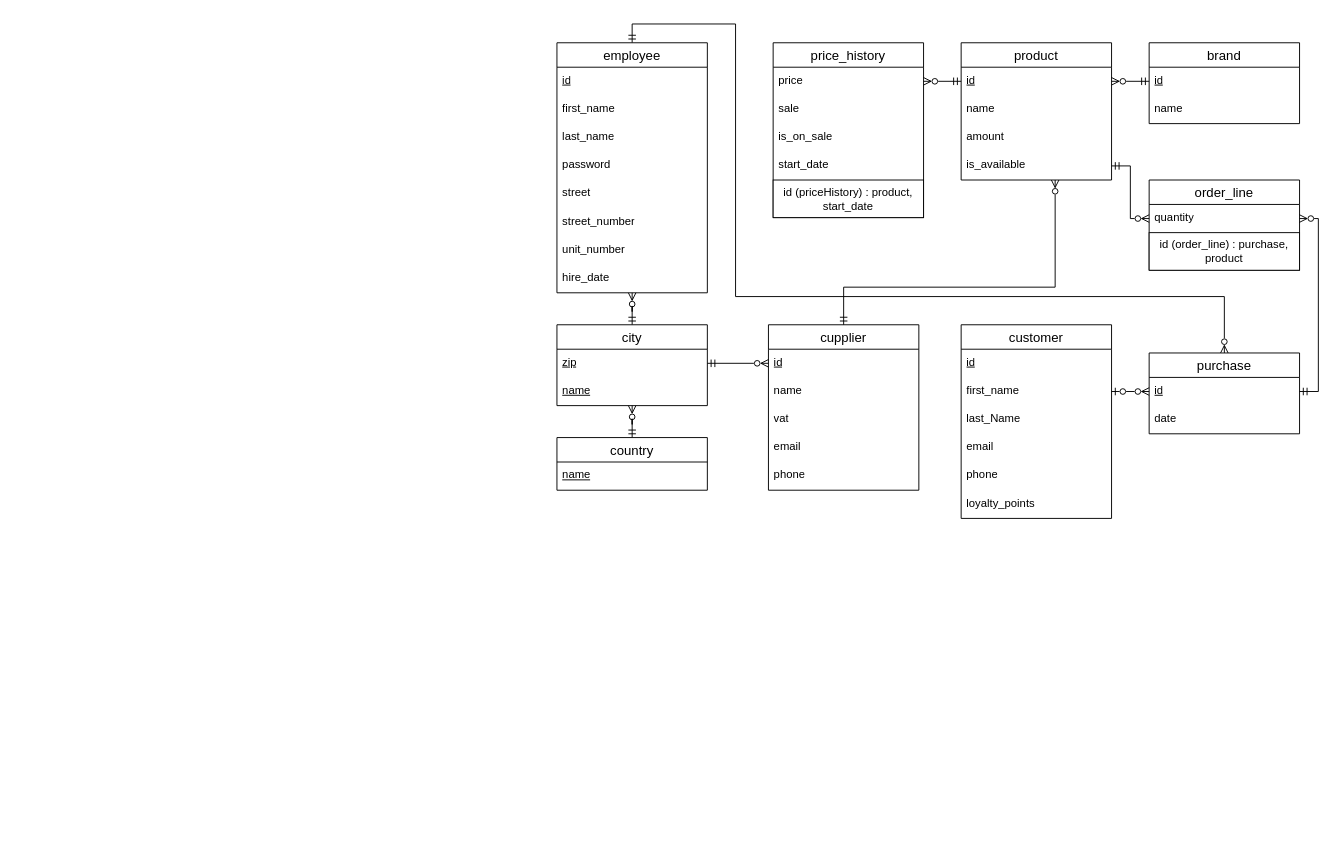
maxoux53/petit-bazar keeps this draw.io diagram as docs/DB/DB.drawio. Above is the earlier version. Source tidied: cells renumbered, new cells numbered last; positions are measured from the earlier drawing's top-left corner, leaving out a move shared by most shapes. Both pictures are drawn from the tidied source at 94%, with x=0, y=0 at pixel (556, 24).
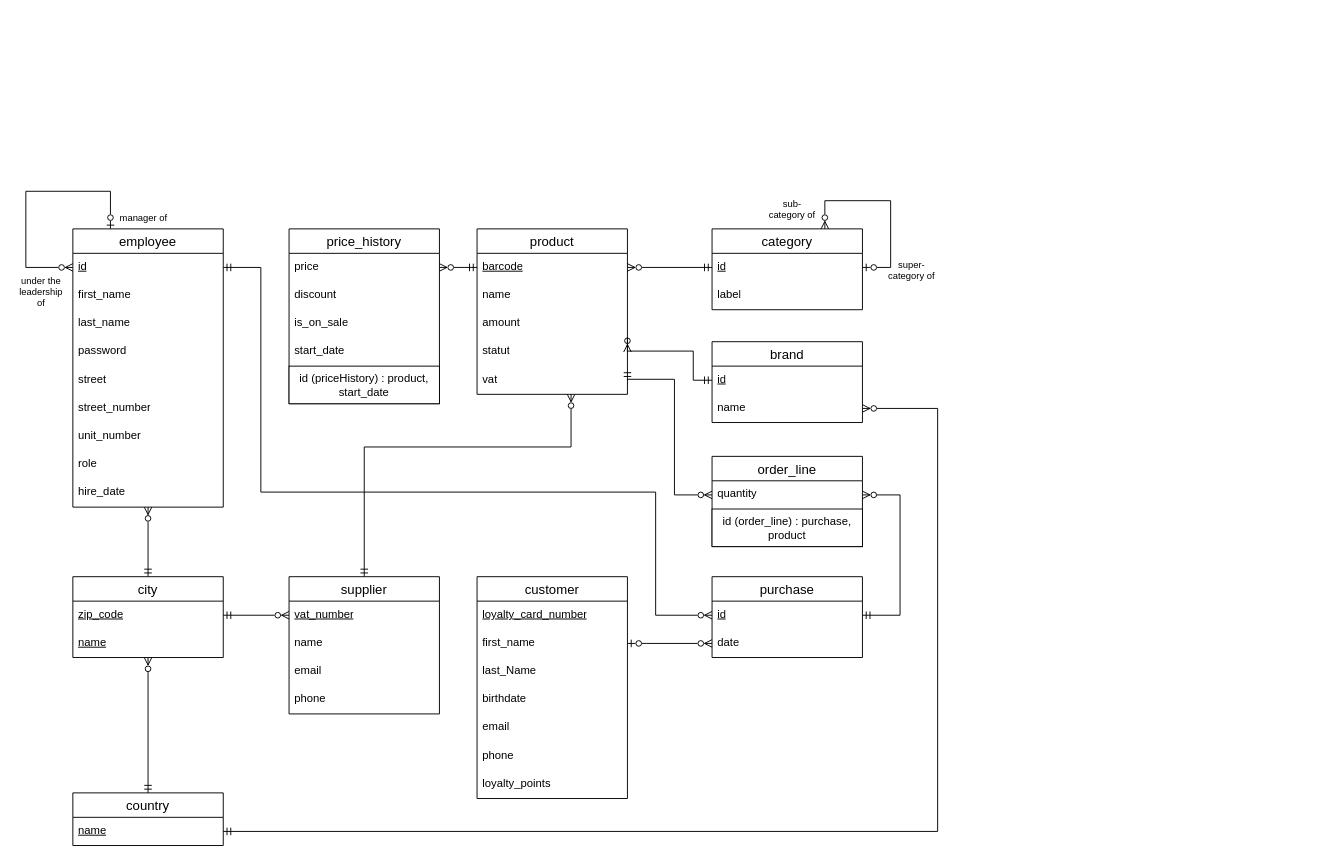
Above is the later version.

Commit message:
proofreading (typos, translations, etc)

The change refers to these unchanged cells:
```xml
<mxCell id="4" value="&lt;u&gt;id&lt;/u&gt;" style="text;strokeColor=none;fillColor=none;spacingLeft=4;spacingRight=4;overflow=hidden;points=[[0,0.5],[1,0.5]];portConstraint=eastwest;fontSize=12;whiteSpace=wrap;html=1;" parent="3" vertex="1">
  <mxGeometry y="26" width="160" height="30" as="geometry" />
</mxCell>
<mxCell id="18" value="&lt;u&gt;id&lt;/u&gt;" style="text;strokeColor=none;fillColor=none;spacingLeft=4;spacingRight=4;overflow=hidden;points=[[0,0.5],[1,0.5]];portConstraint=eastwest;fontSize=12;whiteSpace=wrap;html=1;" parent="17" vertex="1">
  <mxGeometry y="26" width="160" height="30" as="geometry" />
</mxCell>
<mxCell id="19" value="name" style="text;strokeColor=none;fillColor=none;spacingLeft=4;spacingRight=4;overflow=hidden;points=[[0,0.5],[1,0.5]];portConstraint=eastwest;fontSize=12;whiteSpace=wrap;html=1;" parent="17" vertex="1">
  <mxGeometry y="56" width="160" height="30" as="geometry" />
</mxCell>
<mxCell id="32" value="&lt;u&gt;name&lt;/u&gt;" style="text;strokeColor=none;fillColor=none;spacingLeft=4;spacingRight=4;overflow=hidden;points=[[0,0.5],[1,0.5]];portConstraint=eastwest;fontSize=12;whiteSpace=wrap;html=1;" parent="31" vertex="1">
  <mxGeometry y="26" width="160" height="30" as="geometry" />
</mxCell>
<mxCell id="41" value="first_name" style="text;strokeColor=none;fillColor=none;spacingLeft=4;spacingRight=4;overflow=hidden;points=[[0,0.5],[1,0.5]];portConstraint=eastwest;fontSize=12;whiteSpace=wrap;html=1;" parent="39" vertex="1">
  <mxGeometry y="56" width="160" height="30" as="geometry" />
</mxCell>
<mxCell id="47" value="&lt;u&gt;id&lt;/u&gt;" style="text;strokeColor=none;fillColor=none;spacingLeft=4;spacingRight=4;overflow=hidden;points=[[0,0.5],[1,0.5]];portConstraint=eastwest;fontSize=12;whiteSpace=wrap;html=1;" parent="46" vertex="1">
  <mxGeometry y="26" width="160" height="30" as="geometry" />
</mxCell>
<mxCell id="48" value="date" style="text;strokeColor=none;fillColor=none;spacingLeft=4;spacingRight=4;overflow=hidden;points=[[0,0.5],[1,0.5]];portConstraint=eastwest;fontSize=12;whiteSpace=wrap;html=1;" parent="46" vertex="1">
  <mxGeometry y="56" width="160" height="30" as="geometry" />
</mxCell>
<mxCell id="50" value="quantity" style="text;strokeColor=none;fillColor=none;spacingLeft=4;spacingRight=4;overflow=hidden;points=[[0,0.5],[1,0.5]];portConstraint=eastwest;fontSize=12;whiteSpace=wrap;html=1;" parent="49" vertex="1">
  <mxGeometry y="26" width="160" height="30" as="geometry" />
</mxCell>
```

What changed in the source:
```diff
@@
-    <mxCell id="2" style="edgeStyle=orthogonalEdgeStyle;rounded=0;jettySize=auto;html=1;exitX=0.5;exitY=0;exitDx=0;exitDy=0;entryX=0.5;entryY=0;entryDx=0;entryDy=0;startArrow=ERmandOne;startFill=0;endArrow=ERzeroToMany;endFill=0;" parent="1" edge="1" source="3" target="46">
+    <mxCell id="2" style="edgeStyle=orthogonalEdgeStyle;rounded=0;jettySize=auto;html=1;exitX=1;exitY=0.5;exitDx=0;exitDy=0;entryX=0;entryY=0.5;entryDx=0;entryDy=0;startArrow=ERmandOne;startFill=0;endArrow=ERzeroToMany;endFill=0;" parent="1" edge="1" source="4" target="47">
       <mxGeometry relative="1" as="geometry">
         <Array as="points">
-          <mxPoint x="80" />
-          <mxPoint x="190" />
-          <mxPoint x="190" y="290" />
-          <mxPoint x="710" y="290" />
+          <mxPoint x="-315" y="259" />
+          <mxPoint x="-315" y="498" />
+          <mxPoint x="105" y="498" />
+          <mxPoint x="105" y="629" />
         </Array>
       </mxGeometry>
     </mxCell>
     <mxCell id="3" value="employee" style="swimlane;fontStyle=0;horizontal=1;startSize=26;align=center;fontSize=14;" parent="1" vertex="1">
-      <mxGeometry y="20" width="160" height="266" as="geometry" />
+      <mxGeometry x="-515" y="218" width="160" height="296" as="geometry" />
     </mxCell>
+    <mxCell id="59" style="edgeStyle=orthogonalEdgeStyle;rounded=0;jettySize=auto;html=1;exitX=0;exitY=0.5;exitDx=0;exitDy=0;entryX=0.25;entryY=0;entryDx=0;entryDy=0;endArrow=ERzeroToOne;endFill=0;startArrow=ERzeroToMany;startFill=0;" parent="3" edge="1" source="4" target="3">
+      <mxGeometry relative="1" as="geometry">
+        <Array as="points">
+          <mxPoint x="-50" y="41" />
+          <mxPoint x="-50" y="-40" />
+          <mxPoint x="40" y="-40" />
+        </Array>
+      </mxGeometry>
+    </mxCell>
@@
+    <mxCell id="60" value="role" style="text;strokeColor=none;fillColor=none;spacingLeft=4;spacingRight=4;overflow=hidden;fontSize=12;whiteSpace=wrap;html=1;" parent="3" vertex="1">
+      <mxGeometry y="236" width="160" height="30" as="geometry" />
+    </mxCell>
     <mxCell id="11" value="hire_date" style="text;strokeColor=none;fillColor=none;spacingLeft=4;spacingRight=4;overflow=hidden;fontSize=12;whiteSpace=wrap;html=1;" parent="3" vertex="1">
-      <mxGeometry y="236" width="160" height="30" as="geometry" />
+      <mxGeometry y="266" width="160" height="30" as="geometry" />
     </mxCell>
     <mxCell id="12" value="product" style="swimlane;fontStyle=0;horizontal=1;startSize=26;align=center;fontSize=14;" parent="1" vertex="1">
-      <mxGeometry x="430" y="20" width="160" height="146" as="geometry" />
+      <mxGeometry x="-85" y="218" width="160" height="176" as="geometry" />
     </mxCell>
-    <mxCell id="13" value="&lt;u&gt;id&lt;/u&gt;" style="text;strokeColor=none;fillColor=none;spacingLeft=4;spacingRight=4;overflow=hidden;points=[[0,0.5],[1,0.5]];portConstraint=eastwest;fontSize=12;whiteSpace=wrap;html=1;" parent="12" vertex="1">
+    <mxCell id="13" value="&lt;u&gt;barcode&lt;/u&gt;" style="text;strokeColor=none;fillColor=none;spacingLeft=4;spacingRight=4;overflow=hidden;points=[[0,0.5],[1,0.5]];portConstraint=eastwest;fontSize=12;whiteSpace=wrap;html=1;" parent="12" vertex="1">
       <mxGeometry y="26" width="160" height="30" as="geometry" />
     </mxCell>
@@
-    <mxCell id="16" value="is_available" style="text;strokeColor=none;fillColor=none;spacingLeft=4;spacingRight=4;overflow=hidden;points=[[0,0.5],[1,0.5]];portConstraint=eastwest;fontSize=12;whiteSpace=wrap;html=1;" parent="12" vertex="1">
+    <mxCell id="16" value="statut" style="text;strokeColor=none;fillColor=none;spacingLeft=4;spacingRight=4;overflow=hidden;points=[[0,0.5],[1,0.5]];portConstraint=eastwest;fontSize=12;whiteSpace=wrap;html=1;" parent="12" vertex="1">
       <mxGeometry y="116" width="160" height="30" as="geometry" />
     </mxCell>
+    <mxCell id="23" value="vat" style="text;strokeColor=none;fillColor=none;spacingLeft=4;spacingRight=4;overflow=hidden;points=[[0,0.5],[1,0.5]];portConstraint=eastwest;fontSize=12;whiteSpace=wrap;html=1;" parent="12" vertex="1">
+      <mxGeometry y="146" width="160" height="30" as="geometry" />
+    </mxCell>
     <mxCell id="17" value="brand" style="swimlane;fontStyle=0;horizontal=1;startSize=26;align=center;fontSize=14;" parent="1" vertex="1">
-      <mxGeometry x="630" y="20" width="160" height="86" as="geometry" />
+      <mxGeometry x="165" y="338" width="160" height="86" as="geometry" />
     </mxCell>
@@
-    <mxCell id="20" value="cupplier" style="swimlane;fontStyle=0;horizontal=1;startSize=26;align=center;fontSize=14;" parent="1" vertex="1">
-      <mxGeometry x="225" y="320" width="160" height="176" as="geometry" />
+    <mxCell id="20" value="supplier" style="swimlane;fontStyle=0;horizontal=1;startSize=26;align=center;fontSize=14;" parent="1" vertex="1">
+      <mxGeometry x="-285" y="588" width="160" height="146" as="geometry" />
     </mxCell>
-    <mxCell id="21" value="&lt;u&gt;id&lt;/u&gt;" style="text;strokeColor=none;fillColor=none;spacingLeft=4;spacingRight=4;overflow=hidden;points=[[0,0.5],[1,0.5]];portConstraint=eastwest;fontSize=12;whiteSpace=wrap;html=1;" parent="20" vertex="1">
+    <mxCell id="21" value="&lt;u&gt;vat_number&lt;/u&gt;" style="text;strokeColor=none;fillColor=none;spacingLeft=4;spacingRight=4;overflow=hidden;points=[[0,0.5],[1,0.5]];portConstraint=eastwest;fontSize=12;whiteSpace=wrap;html=1;" parent="20" vertex="1">
       <mxGeometry y="26" width="160" height="30" as="geometry" />
     </mxCell>
@@
-    <mxCell id="23" value="vat" style="text;strokeColor=none;fillColor=none;spacingLeft=4;spacingRight=4;overflow=hidden;points=[[0,0.5],[1,0.5]];portConstraint=eastwest;fontSize=12;whiteSpace=wrap;html=1;" parent="20" vertex="1">
-      <mxGeometry y="86" width="160" height="30" as="geometry" />
-    </mxCell>
     <mxCell id="24" value="email" style="text;strokeColor=none;fillColor=none;spacingLeft=4;spacingRight=4;overflow=hidden;fontSize=12;whiteSpace=wrap;html=1;" parent="20" vertex="1">
-      <mxGeometry y="116" width="160" height="30" as="geometry" />
+      <mxGeometry y="86" width="160" height="30" as="geometry" />
     </mxCell>
     <mxCell id="25" value="phone" style="text;strokeColor=none;fillColor=none;spacingLeft=4;spacingRight=4;overflow=hidden;fontSize=12;whiteSpace=wrap;html=1;" parent="20" vertex="1">
-      <mxGeometry y="146" width="160" height="30" as="geometry" />
+      <mxGeometry y="116" width="160" height="30" as="geometry" />
     </mxCell>
@@
     <mxCell id="27" value="city" style="swimlane;fontStyle=0;horizontal=1;startSize=26;align=center;fontSize=14;" parent="1" vertex="1">
-      <mxGeometry y="320" width="160" height="86" as="geometry" />
+      <mxGeometry x="-515" y="588" width="160" height="86" as="geometry" />
     </mxCell>
-    <mxCell id="28" value="&lt;u&gt;zip&lt;/u&gt;" style="text;strokeColor=none;fillColor=none;spacingLeft=4;spacingRight=4;overflow=hidden;points=[[0,0.5],[1,0.5]];portConstraint=eastwest;fontSize=12;whiteSpace=wrap;html=1;" parent="27" vertex="1">
+    <mxCell id="28" value="&lt;u&gt;zip_code&lt;/u&gt;" style="text;strokeColor=none;fillColor=none;spacingLeft=4;spacingRight=4;overflow=hidden;points=[[0,0.5],[1,0.5]];portConstraint=eastwest;fontSize=12;whiteSpace=wrap;html=1;" parent="27" vertex="1">
       <mxGeometry y="26" width="160" height="30" as="geometry" />
     </mxCell>
@@
     <mxCell id="31" value="country" style="swimlane;fontStyle=0;horizontal=1;startSize=26;align=center;fontSize=14;" parent="1" vertex="1">
-      <mxGeometry y="440" width="160" height="56" as="geometry" />
+      <mxGeometry x="-515" y="818" width="160" height="56" as="geometry" />
     </mxCell>
@@
     <mxCell id="33" value="price_history" style="swimlane;fontStyle=0;horizontal=1;startSize=26;align=center;fontSize=14;" parent="1" vertex="1">
-      <mxGeometry x="230" y="20" width="160" height="186" as="geometry" />
+      <mxGeometry x="-285" y="218" width="160" height="186" as="geometry" />
     </mxCell>
@@
-    <mxCell id="35" value="sale" style="text;strokeColor=none;fillColor=none;spacingLeft=4;spacingRight=4;overflow=hidden;fontSize=12;whiteSpace=wrap;html=1;" parent="33" vertex="1">
+    <mxCell id="35" value="discount" style="text;strokeColor=none;fillColor=none;spacingLeft=4;spacingRight=4;overflow=hidden;fontSize=12;whiteSpace=wrap;html=1;" parent="33" vertex="1">
       <mxGeometry y="56" width="160" height="30" as="geometry" />
     </mxCell>
@@
     <mxCell id="39" value="customer" style="swimlane;fontStyle=0;horizontal=1;startSize=26;align=center;fontSize=14;" parent="1" vertex="1">
-      <mxGeometry x="430" y="320" width="160" height="206" as="geometry" />
+      <mxGeometry x="-85" y="588" width="160" height="236" as="geometry" />
     </mxCell>
-    <mxCell id="40" value="&lt;u&gt;id&lt;/u&gt;" style="text;strokeColor=none;fillColor=none;spacingLeft=4;spacingRight=4;overflow=hidden;fontSize=12;whiteSpace=wrap;html=1;" parent="39" vertex="1">
+    <mxCell id="40" value="&lt;u&gt;loyalty_card_number&lt;/u&gt;" style="text;strokeColor=none;fillColor=none;spacingLeft=4;spacingRight=4;overflow=hidden;fontSize=12;whiteSpace=wrap;html=1;" parent="39" vertex="1">
       <mxGeometry y="26" width="160" height="30" as="geometry" />
     </mxCell>
@@
+    <mxCell id="61" value="birthdate" style="text;strokeColor=none;fillColor=none;spacingLeft=4;spacingRight=4;overflow=hidden;fontSize=12;whiteSpace=wrap;html=1;" parent="39" vertex="1">
+      <mxGeometry y="116" width="160" height="30" as="geometry" />
+    </mxCell>
     <mxCell id="43" value="email" style="text;strokeColor=none;fillColor=none;spacingLeft=4;spacingRight=4;overflow=hidden;fontSize=12;whiteSpace=wrap;html=1;" parent="39" vertex="1">
-      <mxGeometry y="116" width="160" height="30" as="geometry" />
+      <mxGeometry y="146" width="160" height="30" as="geometry" />
     </mxCell>
     <mxCell id="44" value="phone" style="text;strokeColor=none;fillColor=none;spacingLeft=4;spacingRight=4;overflow=hidden;fontSize=12;whiteSpace=wrap;html=1;" parent="39" vertex="1">
-      <mxGeometry y="146" width="160" height="30" as="geometry" />
+      <mxGeometry y="176" width="160" height="30" as="geometry" />
     </mxCell>
     <mxCell id="45" value="loyalty_points" style="text;strokeColor=none;fillColor=none;spacingLeft=4;spacingRight=4;overflow=hidden;fontSize=12;whiteSpace=wrap;html=1;" parent="39" vertex="1">
-      <mxGeometry y="176" width="160" height="30" as="geometry" />
+      <mxGeometry y="206" width="160" height="30" as="geometry" />
     </mxCell>
     <mxCell id="46" value="purchase" style="swimlane;fontStyle=0;horizontal=1;startSize=26;align=center;fontSize=14;" parent="1" vertex="1">
-      <mxGeometry x="630" y="350" width="160" height="86" as="geometry" />
+      <mxGeometry x="165" y="588" width="160" height="86" as="geometry" />
     </mxCell>
@@
     <mxCell id="49" value="order_line" style="swimlane;fontStyle=0;horizontal=1;startSize=26;align=center;fontSize=14;" parent="1" vertex="1">
-      <mxGeometry x="630" y="166" width="160" height="96" as="geometry" />
+      <mxGeometry x="165" y="460" width="160" height="96" as="geometry" />
     </mxCell>
@@
     <mxCell id="53" style="edgeStyle=orthogonalEdgeStyle;rounded=0;jettySize=auto;html=1;exitX=0.5;exitY=0;exitDx=0;exitDy=0;endArrow=ERzeroToMany;endFill=0;startArrow=ERmandOne;startFill=0;" parent="1" edge="1" source="20" target="12">
       <mxGeometry relative="1" as="geometry">
         <Array as="points">
-          <mxPoint x="305" y="280" />
-          <mxPoint x="530" y="280" />
+          <mxPoint x="-205" y="450" />
+          <mxPoint x="15" y="450" />
         </Array>
       </mxGeometry>
     </mxCell>
@@
-    <mxCell id="55" style="edgeStyle=orthogonalEdgeStyle;rounded=0;jettySize=auto;html=1;exitX=1;exitY=0.5;exitDx=0;exitDy=0;entryX=0;entryY=0.5;entryDx=0;entryDy=0;endArrow=ERmandOne;endFill=0;startArrow=ERzeroToMany;startFill=0;" parent="1" edge="1" source="13" target="18">
-      <mxGeometry relative="1" as="geometry" />
+    <mxCell id="55" style="edgeStyle=orthogonalEdgeStyle;rounded=0;jettySize=auto;html=1;exitX=1;exitY=0.5;exitDx=0;exitDy=0;entryX=0;entryY=0.5;entryDx=0;entryDy=0;endArrow=ERmandOne;endFill=0;startArrow=ERzeroToMany;startFill=0;" parent="1" edge="1" source="16" target="18">
+      <mxGeometry relative="1" as="geometry">
+        <Array as="points">
+          <mxPoint x="145" y="348" />
+          <mxPoint x="145" y="379" />
+        </Array>
+      </mxGeometry>
     </mxCell>
-    <mxCell id="56" style="edgeStyle=orthogonalEdgeStyle;rounded=0;jettySize=auto;html=1;exitX=1;exitY=0.5;exitDx=0;exitDy=0;entryX=0;entryY=0.5;entryDx=0;entryDy=0;endArrow=ERzeroToMany;endFill=0;startArrow=ERmandOne;startFill=0;" parent="1" edge="1" source="16" target="50">
-      <mxGeometry relative="1" as="geometry" />
+    <mxCell id="56" style="edgeStyle=orthogonalEdgeStyle;rounded=0;jettySize=auto;html=1;exitX=1;exitY=0.5;exitDx=0;exitDy=0;entryX=0;entryY=0.5;entryDx=0;entryDy=0;endArrow=ERzeroToMany;endFill=0;startArrow=ERmandOne;startFill=0;" parent="1" edge="1" source="23" target="50">
+      <mxGeometry relative="1" as="geometry">
+        <Array as="points">
+          <mxPoint x="125" y="378" />
+          <mxPoint x="125" y="501" />
+        </Array>
+      </mxGeometry>
     </mxCell>
     <mxCell id="57" style="edgeStyle=orthogonalEdgeStyle;rounded=0;jettySize=auto;html=1;exitX=1;exitY=0.5;exitDx=0;exitDy=0;entryX=1;entryY=0.5;entryDx=0;entryDy=0;endArrow=ERmandOne;endFill=0;startArrow=ERzeroToMany;startFill=0;" parent="1" edge="1" source="50" target="47">
-      <mxGeometry relative="1" as="geometry" />
+      <mxGeometry relative="1" as="geometry">
+        <Array as="points">
+          <mxPoint x="365" y="501" />
+          <mxPoint x="365" y="629" />
+        </Array>
+      </mxGeometry>
     </mxCell>
-    <mxCell id="58" style="edgeStyle=orthogonalEdgeStyle;rounded=0;jettySize=auto;html=1;exitX=0;exitY=0.5;exitDx=0;exitDy=0;entryX=1;entryY=0.5;entryDx=0;entryDy=0;endArrow=ERzeroToOne;endFill=0;startArrow=ERzeroToMany;startFill=0;" parent="1" edge="1" source="47" target="41">
-      <mxGeometry relative="1" as="geometry" />
+    <mxCell id="58" style="edgeStyle=orthogonalEdgeStyle;rounded=0;jettySize=auto;html=1;exitX=0;exitY=0.5;exitDx=0;exitDy=0;endArrow=ERzeroToOne;endFill=0;startArrow=ERzeroToMany;startFill=0;" parent="1" edge="1" source="48">
+      <mxGeometry relative="1" as="geometry">
+        <mxPoint x="75" y="659" as="targetPoint" />
+        <Array as="points">
+          <mxPoint x="95" y="659" />
+          <mxPoint x="95" y="659" />
+        </Array>
+      </mxGeometry>
     </mxCell>
+    <mxCell id="62" style="edgeStyle=orthogonalEdgeStyle;rounded=0;jettySize=auto;html=1;exitX=1;exitY=0.5;exitDx=0;exitDy=0;entryX=1;entryY=0.5;entryDx=0;entryDy=0;endArrow=ERmandOne;endFill=0;startArrow=ERzeroToMany;startFill=0;" parent="1" edge="1" source="19" target="32">
+      <mxGeometry relative="1" as="geometry">
+        <Array as="points">
+          <mxPoint x="405" y="409" />
+          <mxPoint x="405" y="859" />
+        </Array>
+      </mxGeometry>
+    </mxCell>
+    <mxCell id="63" value="manager of" style="text;html=1;align=center;verticalAlign=middle;whiteSpace=wrap;rounded=0;fontSize=10;" parent="1" vertex="1">
+      <mxGeometry x="-469.5" y="199" width="59" height="14" as="geometry" />
+    </mxCell>
+    <mxCell id="64" value="&lt;div&gt;under the leadership of&lt;/div&gt;" style="text;html=1;align=center;verticalAlign=middle;whiteSpace=wrap;rounded=0;fontSize=10;" parent="1" vertex="1">
+      <mxGeometry x="-575" y="265" width="53" height="39" as="geometry" />
+    </mxCell>
+    <mxCell id="65" value="category" style="swimlane;fontStyle=0;horizontal=1;startSize=26;align=center;fontSize=14;" parent="1" vertex="1">
+      <mxGeometry x="165" y="218" width="160" height="86" as="geometry" />
+    </mxCell>
+    <mxCell id="66" value="&lt;u&gt;id&lt;/u&gt;" style="text;strokeColor=none;fillColor=none;spacingLeft=4;spacingRight=4;overflow=hidden;points=[[0,0.5],[1,0.5]];portConstraint=eastwest;fontSize=12;whiteSpace=wrap;html=1;" parent="65" vertex="1">
+      <mxGeometry y="26" width="160" height="30" as="geometry" />
+    </mxCell>
+    <mxCell id="67" value="label" style="text;strokeColor=none;fillColor=none;spacingLeft=4;spacingRight=4;overflow=hidden;fontSize=12;whiteSpace=wrap;html=1;" parent="65" vertex="1">
+      <mxGeometry y="56" width="160" height="30" as="geometry" />
+    </mxCell>
+    <mxCell id="68" style="edgeStyle=orthogonalEdgeStyle;rounded=0;jettySize=auto;html=1;exitX=0.75;exitY=0;exitDx=0;exitDy=0;entryX=1;entryY=0.5;entryDx=0;entryDy=0;endArrow=ERzeroToOne;endFill=0;startArrow=ERzeroToMany;startFill=0;" parent="65" edge="1" source="65" target="66">
+      <mxGeometry relative="1" as="geometry">
+        <Array as="points">
+          <mxPoint x="120" y="-30" />
+          <mxPoint x="190" y="-30" />
+          <mxPoint x="190" y="41" />
+        </Array>
+      </mxGeometry>
+    </mxCell>
+    <mxCell id="69" style="edgeStyle=orthogonalEdgeStyle;rounded=0;jettySize=auto;html=1;exitX=1;exitY=0.5;exitDx=0;exitDy=0;entryX=0;entryY=0.5;entryDx=0;entryDy=0;startArrow=ERzeroToMany;startFill=0;endArrow=ERmandOne;endFill=0;" parent="1" edge="1" source="13" target="66">
+      <mxGeometry relative="1" as="geometry" />
+    </mxCell>
+    <mxCell id="70" value="sub-category of" style="text;html=1;align=center;verticalAlign=middle;whiteSpace=wrap;rounded=0;fontSize=10;" parent="1" vertex="1">
+      <mxGeometry x="223" y="187" width="55" height="20" as="geometry" />
+    </mxCell>
+    <mxCell id="71" value="super-category of" style="text;html=1;align=center;verticalAlign=middle;whiteSpace=wrap;rounded=0;fontSize=10;" parent="1" vertex="1">
+      <mxGeometry x="350" y="252" width="55" height="20" as="geometry" />
+    </mxCell>
```
